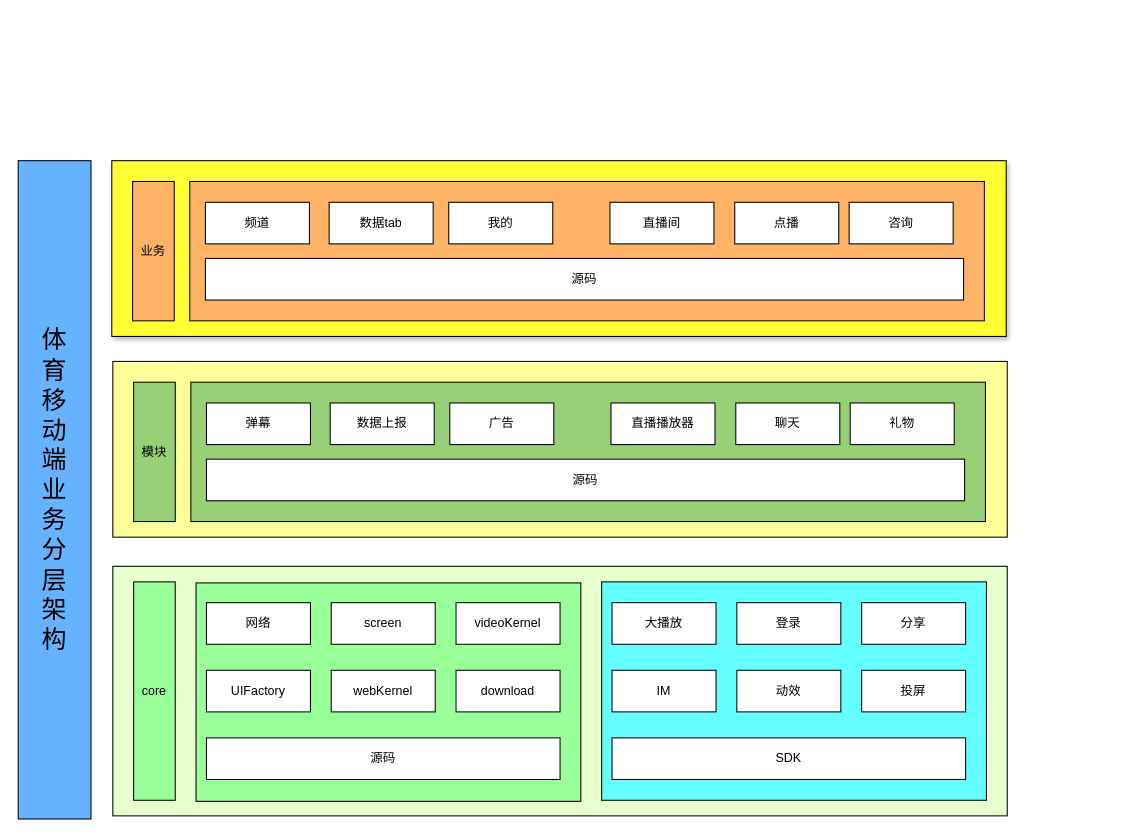
Before: 未命名绘图.drawio in wanjj8023/app3, a draw.io diagram. Source tidied: cells renumbered, new cells numbered last; positions are measured from the earlier drawing's top-left corner, leaving out a move shared by most shapes. Both pictures are drawn from the tidied source at 104%, with x=0, y=0 at pixel (18, 160).
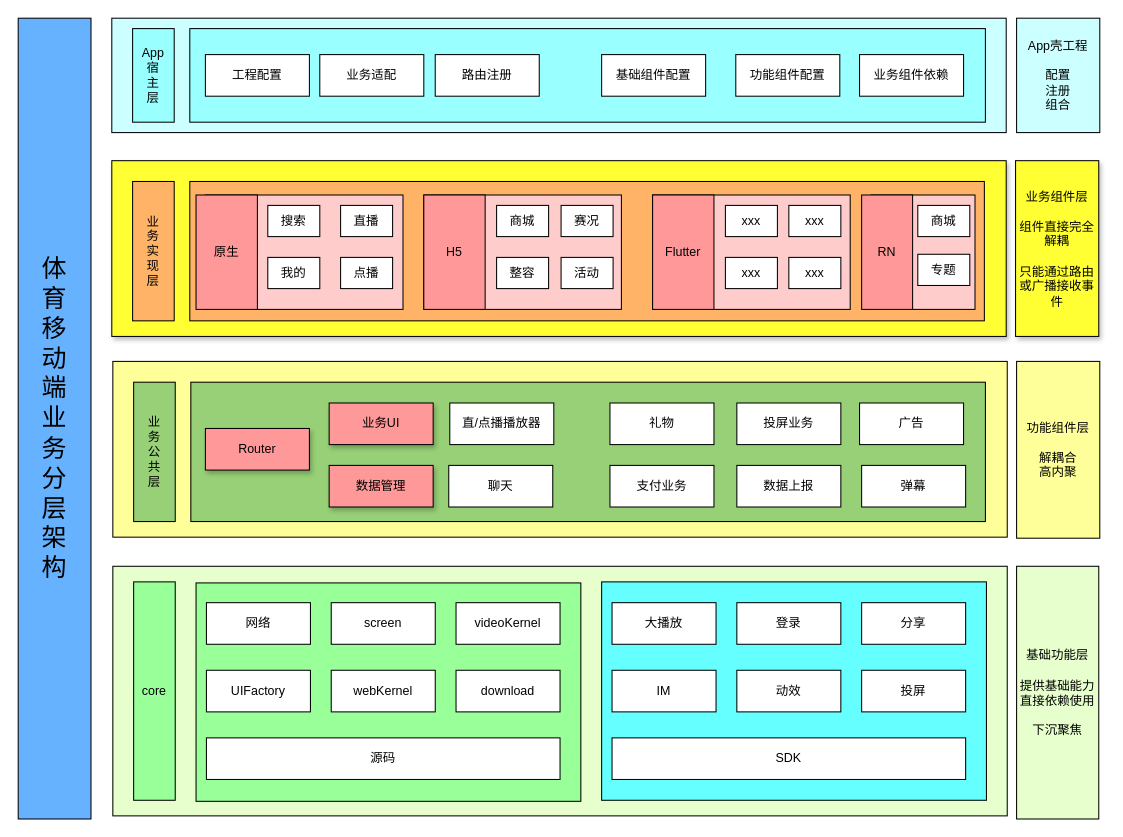
Above is the later version.

Commit message:
更新未命名绘图.drawio

Change to the diagram source:
```diff
@@
-    <mxCell id="23" value="模块" style="html=1;whiteSpace=wrap;fillColor=#97D077;" parent="1" vertex="1">
+    <mxCell id="23" value="业&lt;div&gt;务&lt;/div&gt;&lt;div&gt;公&lt;/div&gt;&lt;div&gt;共&lt;/div&gt;&lt;div&gt;层&lt;/div&gt;" style="html=1;whiteSpace=wrap;fillColor=#97D077;" parent="1" vertex="1">
       <mxGeometry x="111" y="213" width="40" height="134" as="geometry" />
     </mxCell>
@@
-    <mxCell id="27" value="源码" style="whiteSpace=wrap;html=1;" parent="1" vertex="1">
-      <mxGeometry x="181" y="287" width="729" height="40" as="geometry" />
-    </mxCell>
     <mxCell id="28" value="广告" style="whiteSpace=wrap;html=1;" parent="1" vertex="1">
-      <mxGeometry x="415" y="233" width="100" height="40" as="geometry" />
+      <mxGeometry x="809" y="233" width="100" height="40" as="geometry" />
     </mxCell>
     <mxCell id="29" value="弹幕" style="whiteSpace=wrap;html=1;" parent="1" vertex="1">
-      <mxGeometry x="181" y="233" width="100" height="40" as="geometry" />
+      <mxGeometry x="811" y="293" width="100" height="40" as="geometry" />
     </mxCell>
     <mxCell id="30" value="数据上报" style="whiteSpace=wrap;html=1;" parent="1" vertex="1">
-      <mxGeometry x="300" y="233" width="100" height="40" as="geometry" />
+      <mxGeometry x="691" y="293" width="100" height="40" as="geometry" />
     </mxCell>
-    <mxCell id="31" value="直播播放器" style="whiteSpace=wrap;html=1;" parent="1" vertex="1">
-      <mxGeometry x="570" y="233" width="100" height="40" as="geometry" />
+    <mxCell id="31" value="直/点播播放器" style="whiteSpace=wrap;html=1;" parent="1" vertex="1">
+      <mxGeometry x="415" y="233" width="100" height="40" as="geometry" />
     </mxCell>
     <mxCell id="32" value="聊天" style="whiteSpace=wrap;html=1;" parent="1" vertex="1">
-      <mxGeometry x="690" y="233" width="100" height="40" as="geometry" />
+      <mxGeometry x="414" y="293" width="100" height="40" as="geometry" />
     </mxCell>
     <mxCell id="33" value="礼物" style="whiteSpace=wrap;html=1;" parent="1" vertex="1">
-      <mxGeometry x="800" y="233" width="100" height="40" as="geometry" />
+      <mxGeometry x="569" y="233" width="100" height="40" as="geometry" />
     </mxCell>
@@
-    <mxCell id="35" value="业务" style="html=1;whiteSpace=wrap;fillColor=#FFB366;" parent="1" vertex="1">
+    <mxCell id="35" value="业&lt;div&gt;务&lt;/div&gt;&lt;div&gt;实&lt;/div&gt;&lt;div&gt;现&lt;/div&gt;&lt;div&gt;层&lt;/div&gt;" style="html=1;whiteSpace=wrap;fillColor=#FFB366;" parent="1" vertex="1">
       <mxGeometry x="110" y="20" width="40" height="134" as="geometry" />
     </mxCell>
@@
-    <mxCell id="37" value="源码" style="whiteSpace=wrap;html=1;" parent="1" vertex="1">
-      <mxGeometry x="180" y="94" width="729" height="40" as="geometry" />
-    </mxCell>
+    <mxCell id="44" value="&lt;br&gt;&lt;div&gt;&lt;font style=&quot;font-size: 24px;&quot;&gt;体&lt;/font&gt;&lt;/div&gt;&lt;div&gt;&lt;font style=&quot;font-size: 24px;&quot;&gt;育&lt;/font&gt;&lt;/div&gt;&lt;div&gt;&lt;font style=&quot;font-size: 24px;&quot;&gt;移&lt;/font&gt;&lt;/div&gt;&lt;div&gt;&lt;font style=&quot;font-size: 24px;&quot;&gt;动&lt;/font&gt;&lt;/div&gt;&lt;div&gt;&lt;font style=&quot;font-size: 24px;&quot;&gt;端&lt;/font&gt;&lt;/div&gt;&lt;div&gt;&lt;font style=&quot;font-size: 24px;&quot;&gt;业&lt;/font&gt;&lt;/div&gt;&lt;div&gt;&lt;font style=&quot;font-size: 24px;&quot;&gt;务&lt;/font&gt;&lt;/div&gt;&lt;div&gt;&lt;font style=&quot;font-size: 24px;&quot;&gt;分&lt;/font&gt;&lt;/div&gt;&lt;div&gt;&lt;font style=&quot;font-size: 24px;&quot;&gt;层&lt;/font&gt;&lt;/div&gt;&lt;div&gt;&lt;font size=&quot;5&quot;&gt;架&lt;/font&gt;&lt;/div&gt;&lt;div&gt;&lt;font size=&quot;5&quot;&gt;构&lt;/font&gt;&lt;/div&gt;&lt;div&gt;&lt;div&gt;&lt;br&gt;&lt;/div&gt;&lt;/div&gt;" style="html=1;whiteSpace=wrap;fillColor=#66B2FF;" parent="1" vertex="1">
+      <mxGeometry y="-137" width="70" height="770" as="geometry" />
+    </mxCell>
+    <mxCell id="45" value="业务UI" style="whiteSpace=wrap;html=1;shadow=1;fillColor=#FF9999;" parent="1" vertex="1">
+      <mxGeometry x="299" y="233" width="100" height="40" as="geometry" />
+    </mxCell>
+    <mxCell id="46" value="Router" style="whiteSpace=wrap;html=1;shadow=1;fillColor=#FF9999;" parent="1" vertex="1">
+      <mxGeometry x="180" y="257.5" width="100" height="40" as="geometry" />
+    </mxCell>
+    <mxCell id="47" value="投屏业务" style="whiteSpace=wrap;html=1;" parent="1" vertex="1">
+      <mxGeometry x="691" y="233" width="100" height="40" as="geometry" />
+    </mxCell>
+    <mxCell id="48" value="数据管理" style="whiteSpace=wrap;html=1;shadow=1;fillColor=#FF9999;" parent="1" vertex="1">
+      <mxGeometry x="299" y="293" width="100" height="40" as="geometry" />
+    </mxCell>
+    <mxCell id="49" value="支付业务" style="whiteSpace=wrap;html=1;" parent="1" vertex="1">
+      <mxGeometry x="569" y="293" width="100" height="40" as="geometry" />
+    </mxCell>
+    <mxCell id="50" value="&lt;div&gt;基础功能层&lt;/div&gt;&lt;div&gt;&lt;br&gt;&lt;/div&gt;提供基础能力&lt;div&gt;直接依赖使用&lt;/div&gt;&lt;div&gt;&lt;br&gt;&lt;/div&gt;&lt;div&gt;下沉聚焦&lt;/div&gt;" style="whiteSpace=wrap;html=1;fillColor=#E6FFCC;" parent="1" vertex="1">
+      <mxGeometry x="960" y="390" width="79" height="243" as="geometry" />
+    </mxCell>
+    <mxCell id="51" value="功能组件层&lt;div&gt;&lt;br&gt;&lt;/div&gt;&lt;div&gt;解耦合&lt;/div&gt;&lt;div&gt;高内聚&lt;/div&gt;" style="html=1;whiteSpace=wrap;fillColor=#FFFF99;" parent="1" vertex="1">
+      <mxGeometry x="960" y="193" width="80" height="170" as="geometry" />
+    </mxCell>
+    <mxCell id="52" style="whiteSpace=wrap;html=1;shadow=0;fillColor=#FFCCCC;" parent="1" vertex="1">
+      <mxGeometry x="180" y="33" width="190" height="110" as="geometry" />
+    </mxCell>
+    <mxCell id="53" style="whiteSpace=wrap;html=1;fillColor=#FFCCCC;" parent="1" vertex="1">
+      <mxGeometry x="390" y="33" width="190" height="110" as="geometry" />
+    </mxCell>
+    <mxCell id="54" style="whiteSpace=wrap;html=1;fillColor=#FFCCCC;" parent="1" vertex="1">
+      <mxGeometry x="610" y="33" width="190" height="110" as="geometry" />
+    </mxCell>
+    <mxCell id="55" style="whiteSpace=wrap;html=1;fillColor=#FFCCCC;" parent="1" vertex="1">
+      <mxGeometry x="820" y="33" width="100" height="110" as="geometry" />
+    </mxCell>
+    <mxCell id="56" value="原生" style="whiteSpace=wrap;html=1;fillColor=#FF9999;" parent="1" vertex="1">
+      <mxGeometry x="171" y="33" width="59" height="110" as="geometry" />
+    </mxCell>
+    <mxCell id="57" value="H5" style="whiteSpace=wrap;html=1;fillColor=#FF9999;" parent="1" vertex="1">
+      <mxGeometry x="390" y="33" width="59" height="110" as="geometry" />
+    </mxCell>
+    <mxCell id="58" value="Flutter" style="whiteSpace=wrap;html=1;fillColor=#FF9999;" parent="1" vertex="1">
+      <mxGeometry x="610" y="33" width="59" height="110" as="geometry" />
+    </mxCell>
+    <mxCell id="59" value="RN" style="whiteSpace=wrap;html=1;fillColor=#FF9999;" parent="1" vertex="1">
+      <mxGeometry x="811" y="33" width="49" height="110" as="geometry" />
+    </mxCell>
+    <mxCell id="60" value="搜索" style="whiteSpace=wrap;html=1;" parent="1" vertex="1">
+      <mxGeometry x="240" y="43" width="50" height="30" as="geometry" />
+    </mxCell>
+    <mxCell id="61" value="直播" style="whiteSpace=wrap;html=1;" parent="1" vertex="1">
+      <mxGeometry x="310" y="43" width="50" height="30" as="geometry" />
+    </mxCell>
     <mxCell id="38" value="我的" style="whiteSpace=wrap;html=1;" parent="1" vertex="1">
-      <mxGeometry x="414" y="40" width="100" height="40" as="geometry" />
+      <mxGeometry x="240" y="93" width="50" height="30" as="geometry" />
     </mxCell>
-    <mxCell id="39" value="频道" style="whiteSpace=wrap;html=1;" parent="1" vertex="1">
-      <mxGeometry x="180" y="40" width="100" height="40" as="geometry" />
-    </mxCell>
-    <mxCell id="40" value="数据tab" style="whiteSpace=wrap;html=1;" parent="1" vertex="1">
-      <mxGeometry x="299" y="40" width="100" height="40" as="geometry" />
-    </mxCell>
-    <mxCell id="41" value="直播间" style="whiteSpace=wrap;html=1;" parent="1" vertex="1">
-      <mxGeometry x="569" y="40" width="100" height="40" as="geometry" />
-    </mxCell>
     <mxCell id="42" value="点播" style="whiteSpace=wrap;html=1;" parent="1" vertex="1">
-      <mxGeometry x="689" y="40" width="100" height="40" as="geometry" />
+      <mxGeometry x="310" y="93" width="50" height="30" as="geometry" />
     </mxCell>
-    <mxCell id="43" value="咨询" style="whiteSpace=wrap;html=1;" parent="1" vertex="1">
-      <mxGeometry x="799" y="40" width="100" height="40" as="geometry" />
-    </mxCell>
-    <mxCell id="44" value="&lt;br&gt;&lt;div&gt;&lt;font style=&quot;font-size: 24px;&quot;&gt;体&lt;/font&gt;&lt;/div&gt;&lt;div&gt;&lt;font style=&quot;font-size: 24px;&quot;&gt;育&lt;/font&gt;&lt;/div&gt;&lt;div&gt;&lt;font style=&quot;font-size: 24px;&quot;&gt;移&lt;/font&gt;&lt;/div&gt;&lt;div&gt;&lt;font style=&quot;font-size: 24px;&quot;&gt;动&lt;/font&gt;&lt;/div&gt;&lt;div&gt;&lt;font style=&quot;font-size: 24px;&quot;&gt;端&lt;/font&gt;&lt;/div&gt;&lt;div&gt;&lt;font style=&quot;font-size: 24px;&quot;&gt;业&lt;/font&gt;&lt;/div&gt;&lt;div&gt;&lt;font style=&quot;font-size: 24px;&quot;&gt;务&lt;/font&gt;&lt;/div&gt;&lt;div&gt;&lt;font style=&quot;font-size: 24px;&quot;&gt;分&lt;/font&gt;&lt;/div&gt;&lt;div&gt;&lt;font style=&quot;font-size: 24px;&quot;&gt;层&lt;/font&gt;&lt;/div&gt;&lt;div&gt;&lt;font size=&quot;5&quot;&gt;架&lt;/font&gt;&lt;/div&gt;&lt;div&gt;&lt;font size=&quot;5&quot;&gt;构&lt;/font&gt;&lt;/div&gt;&lt;div&gt;&lt;div&gt;&lt;br&gt;&lt;/div&gt;&lt;/div&gt;" style="html=1;whiteSpace=wrap;fillColor=#66B2FF;" parent="1" vertex="1">
-      <mxGeometry width="70" height="633" as="geometry" />
-    </mxCell>
+    <mxCell id="62" value="商城" style="whiteSpace=wrap;html=1;" parent="1" vertex="1">
+      <mxGeometry x="460" y="43" width="50" height="30" as="geometry" />
+    </mxCell>
+    <mxCell id="63" value="赛况" style="whiteSpace=wrap;html=1;" parent="1" vertex="1">
+      <mxGeometry x="522" y="43" width="50" height="30" as="geometry" />
+    </mxCell>
+    <mxCell id="64" value="整容" style="whiteSpace=wrap;html=1;" parent="1" vertex="1">
+      <mxGeometry x="460" y="93" width="50" height="30" as="geometry" />
+    </mxCell>
+    <mxCell id="65" value="活动" style="whiteSpace=wrap;html=1;" parent="1" vertex="1">
+      <mxGeometry x="522" y="93" width="50" height="30" as="geometry" />
+    </mxCell>
+    <mxCell id="66" value="xxx" style="whiteSpace=wrap;html=1;" parent="1" vertex="1">
+      <mxGeometry x="680" y="43" width="50" height="30" as="geometry" />
+    </mxCell>
+    <mxCell id="67" value="xxx" style="whiteSpace=wrap;html=1;" parent="1" vertex="1">
+      <mxGeometry x="741" y="43" width="50" height="30" as="geometry" />
+    </mxCell>
+    <mxCell id="68" value="xxx" style="whiteSpace=wrap;html=1;" parent="1" vertex="1">
+      <mxGeometry x="680" y="93" width="50" height="30" as="geometry" />
+    </mxCell>
+    <mxCell id="69" value="xxx" style="whiteSpace=wrap;html=1;" parent="1" vertex="1">
+      <mxGeometry x="741" y="93" width="50" height="30" as="geometry" />
+    </mxCell>
+    <mxCell id="70" value="商城" style="whiteSpace=wrap;html=1;" parent="1" vertex="1">
+      <mxGeometry x="865" y="43" width="50" height="30" as="geometry" />
+    </mxCell>
+    <mxCell id="71" value="专题" style="whiteSpace=wrap;html=1;" parent="1" vertex="1">
+      <mxGeometry x="865" y="90" width="50" height="30" as="geometry" />
+    </mxCell>
+    <mxCell id="72" value="业务组件层&lt;div&gt;&lt;br&gt;&lt;/div&gt;&lt;div&gt;组件直接完全解耦&lt;/div&gt;&lt;div&gt;&lt;br&gt;&lt;/div&gt;&lt;div&gt;只能通过路由或广播接收事件&lt;/div&gt;" style="html=1;whiteSpace=wrap;fillColor=#FFFF33;shadow=1;" parent="1" vertex="1">
+      <mxGeometry x="959" width="80" height="169" as="geometry" />
+    </mxCell>
+    <mxCell id="73" style="whiteSpace=wrap;html=1;fillColor=#CCFFFF;" parent="1" vertex="1">
+      <mxGeometry x="90" y="-137" width="860" height="110" as="geometry" />
+    </mxCell>
+    <mxCell id="74" value="App&lt;div&gt;宿&lt;/div&gt;&lt;div&gt;主&lt;/div&gt;&lt;div&gt;层&lt;/div&gt;" style="whiteSpace=wrap;html=1;fillColor=#99FFFF;" parent="1" vertex="1">
+      <mxGeometry x="110" y="-127" width="40" height="90" as="geometry" />
+    </mxCell>
+    <mxCell id="75" style="whiteSpace=wrap;html=1;fillColor=#99FFFF;" parent="1" vertex="1">
+      <mxGeometry x="165" y="-127" width="765" height="90" as="geometry" />
+    </mxCell>
+    <mxCell id="76" value="App壳工程&lt;div&gt;&lt;br&gt;&lt;/div&gt;&lt;div&gt;配置&lt;/div&gt;&lt;div&gt;注册&lt;/div&gt;&lt;div&gt;组合&lt;/div&gt;" style="whiteSpace=wrap;html=1;fillColor=#CCFFFF;" parent="1" vertex="1">
+      <mxGeometry x="960" y="-137" width="80" height="110" as="geometry" />
+    </mxCell>
+    <mxCell id="77" value="工程配置" style="whiteSpace=wrap;html=1;" parent="1" vertex="1">
+      <mxGeometry x="180" y="-102" width="100" height="40" as="geometry" />
+    </mxCell>
+    <mxCell id="78" value="业务适配" style="whiteSpace=wrap;html=1;" parent="1" vertex="1">
+      <mxGeometry x="290" y="-102" width="100" height="40" as="geometry" />
+    </mxCell>
+    <mxCell id="79" value="路由注册" style="whiteSpace=wrap;html=1;" parent="1" vertex="1">
+      <mxGeometry x="401" y="-102" width="100" height="40" as="geometry" />
+    </mxCell>
+    <mxCell id="80" value="基础组件配置" style="whiteSpace=wrap;html=1;" parent="1" vertex="1">
+      <mxGeometry x="561" y="-102" width="100" height="40" as="geometry" />
+    </mxCell>
+    <mxCell id="81" value="功能组件配置" style="whiteSpace=wrap;html=1;" parent="1" vertex="1">
+      <mxGeometry x="690" y="-102" width="100" height="40" as="geometry" />
+    </mxCell>
+    <mxCell id="82" value="业务组件依赖" style="whiteSpace=wrap;html=1;" parent="1" vertex="1">
+      <mxGeometry x="809" y="-102" width="100" height="40" as="geometry" />
+    </mxCell>
```
